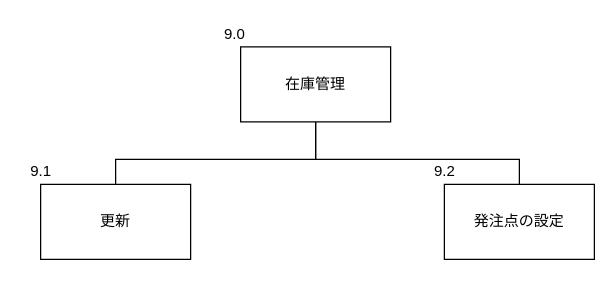
Yamanin3/system-devel keeps this draw.io diagram as サブシステム構造図/在庫管理.drawio. Above is the earlier version. Source tidied: cells renumbered, new cells numbered last; positions are measured from the earlier drawing's top-left corner, leaving out a move shared by most shapes. Both pictures are drawn from the tidied source at 125%, with x=0, y=0 at pixel (21, 21).
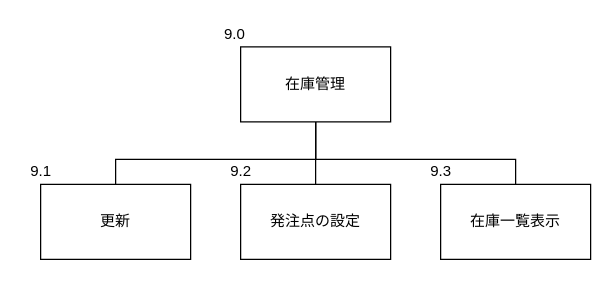
The same diagram, later.

The edit, as a diff of the source:
```diff
@@
 <mxGraphModel>
   <root>
     <mxCell id="0" />
     <mxCell id="1" parent="0" />
     <mxCell id="2" value="在庫管理" style="whiteSpace=wrap;html=1;align=center;" parent="1" vertex="1">
       <mxGeometry x="175" y="20" width="120" height="60" as="geometry" />
     </mxCell>
     <mxCell id="3" value="9.0" style="text;html=1;align=center;verticalAlign=middle;fillColor=none;strokeColor=none;rounded=0;" parent="1" vertex="1">
       <mxGeometry x="155" width="30" height="20" as="geometry" />
     </mxCell>
     <mxCell id="4" style="edgeStyle=elbowEdgeStyle;elbow=vertical;startArrow=none;endArrow=none;rounded=0;exitX=0.5;exitY=1;exitDx=0;exitDy=0;entryX=0.5;entryY=0;entryDx=0;entryDy=0;" parent="1" edge="1" source="2" target="5">
       <mxGeometry relative="1" as="geometry">
         <Array as="points">
           <mxPoint x="155" y="110" />
         </Array>
       </mxGeometry>
     </mxCell>
     <mxCell id="5" value="更新" style="whiteSpace=wrap;html=1;align=center;" parent="1" vertex="1">
       <mxGeometry x="15" y="130" width="120" height="60" as="geometry" />
     </mxCell>
     <mxCell id="6" value="9.1" style="text;html=1;align=center;verticalAlign=middle;fillColor=none;strokeColor=none;rounded=0;" parent="1" vertex="1">
       <mxGeometry y="110" width="30" height="20" as="geometry" />
     </mxCell>
     <mxCell id="7" value="発注点の設定" style="whiteSpace=wrap;html=1;align=center;" parent="1" vertex="1">
-      <mxGeometry x="338" y="130" width="120" height="60" as="geometry" />
+      <mxGeometry x="175" y="130" width="120" height="60" as="geometry" />
     </mxCell>
     <mxCell id="8" value="9.2" style="text;html=1;align=center;verticalAlign=middle;fillColor=none;strokeColor=none;rounded=0;" parent="1" vertex="1">
-      <mxGeometry x="323" y="110" width="30" height="20" as="geometry" />
+      <mxGeometry x="160" y="110" width="30" height="20" as="geometry" />
     </mxCell>
     <mxCell id="9" style="edgeStyle=elbowEdgeStyle;elbow=vertical;startArrow=none;endArrow=none;rounded=0;entryX=0.5;entryY=0;entryDx=0;entryDy=0;" parent="1" edge="1" target="7">
       <mxGeometry relative="1" as="geometry">
         <mxPoint x="235" y="80" as="sourcePoint" />
         <Array as="points">
           <mxPoint x="235" y="110" />
         </Array>
       </mxGeometry>
     </mxCell>
+    <mxCell id="10" value="在庫一覧表示" style="whiteSpace=wrap;html=1;align=center;" parent="1" vertex="1">
+      <mxGeometry x="335" y="130" width="120" height="60" as="geometry" />
+    </mxCell>
+    <mxCell id="11" value="9.3" style="text;html=1;align=center;verticalAlign=middle;fillColor=none;strokeColor=none;rounded=0;" parent="1" vertex="1">
+      <mxGeometry x="320" y="110" width="30" height="20" as="geometry" />
+    </mxCell>
+    <mxCell id="12" style="edgeStyle=elbowEdgeStyle;elbow=vertical;startArrow=none;endArrow=none;rounded=0;entryX=0.5;entryY=0;entryDx=0;entryDy=0;exitX=0.5;exitY=1;exitDx=0;exitDy=0;" parent="1" edge="1" source="2" target="10">
+      <mxGeometry relative="1" as="geometry">
+        <Array as="points">
+          <mxPoint x="315" y="110" />
+        </Array>
+      </mxGeometry>
+    </mxCell>
   </root>
 </mxGraphModel>
```
